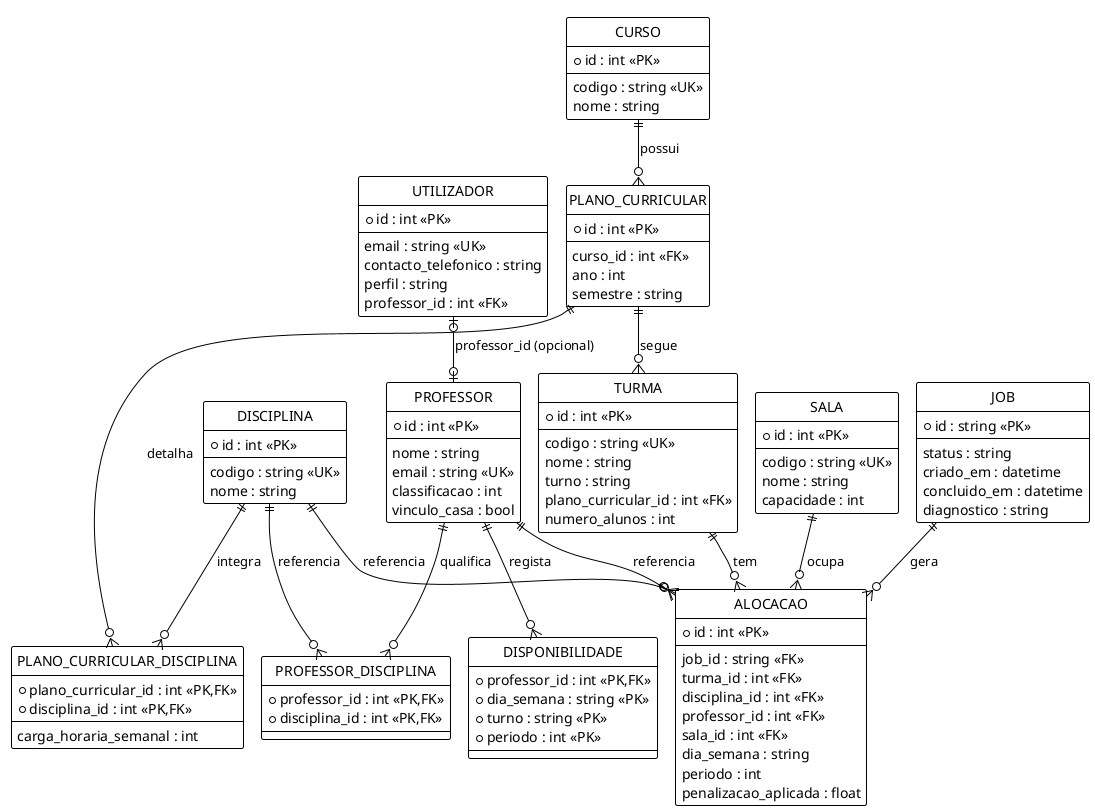
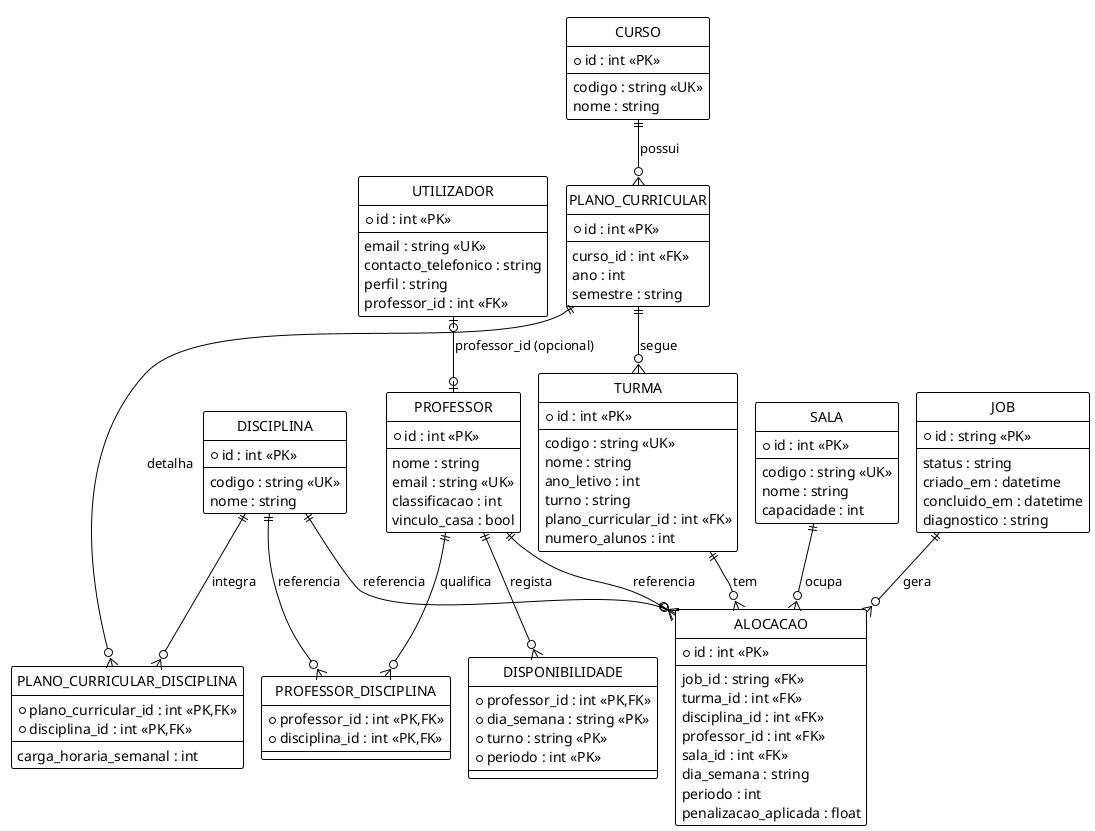
@startuml der
!pragma layout smetana
!theme plain
skinparam backgroundColor white
skinparam roundcorner 4
skinparam entity {
  BackgroundColor #EEF2FF
  BorderColor #6366F1
  FontColor #1E1B4B
}
hide circle

entity "CURSO" as curso {
  *id : int <<PK>>
  --
  codigo : string <<UK>>
  nome : string
}

entity "PLANO_CURRICULAR" as plano {
  *id : int <<PK>>
  --
  curso_id : int <<FK>>
  ano : int
  semestre : string
}

entity "PLANO_CURRICULAR_DISCIPLINA" as planoDisc {
  *plano_curricular_id : int <<PK,FK>>
  *disciplina_id : int <<PK,FK>>
  --
  carga_horaria_semanal : int
}

entity "DISCIPLINA" as disciplina {
  *id : int <<PK>>
  --
  codigo : string <<UK>>
  nome : string
}

entity "TURMA" as turma {
  *id : int <<PK>>
  --
  codigo : string <<UK>>
  nome : string
+   ano_letivo : int
  turno : string
  plano_curricular_id : int <<FK>>
  numero_alunos : int
}

entity "SALA" as sala {
  *id : int <<PK>>
  --
  codigo : string <<UK>>
  nome : string
  capacidade : int
}

entity "PROFESSOR" as professor {
  *id : int <<PK>>
  --
  nome : string
  email : string <<UK>>
  classificacao : int
  vinculo_casa : bool
}

entity "PROFESSOR_DISCIPLINA" as profDisc {
  *professor_id : int <<PK,FK>>
  *disciplina_id : int <<PK,FK>>
}

entity "DISPONIBILIDADE" as disp {
  *professor_id : int <<PK,FK>>
  *dia_semana : string <<PK>>
  *turno : string <<PK>>
  *periodo : int <<PK>>
}

entity "UTILIZADOR" as utilizador {
  *id : int <<PK>>
  --
  email : string <<UK>>
  contacto_telefonico : string
  perfil : string
  professor_id : int <<FK>>
}

entity "JOB" as job {
  *id : string <<PK>>
  --
  status : string
  criado_em : datetime
  concluido_em : datetime
  diagnostico : string
}

entity "ALOCACAO" as alocacao {
  *id : int <<PK>>
  --
  job_id : string <<FK>>
  turma_id : int <<FK>>
  disciplina_id : int <<FK>>
  professor_id : int <<FK>>
  sala_id : int <<FK>>
  dia_semana : string
  periodo : int
  penalizacao_aplicada : float
}

curso ||--o{ plano : "possui"
plano ||--o{ planoDisc : "detalha"
disciplina ||--o{ planoDisc : "integra"
plano ||--o{ turma : "segue"

professor ||--o{ profDisc : "qualifica"
disciplina ||--o{ profDisc : "referencia"
professor ||--o{ disp : "regista"
utilizador |o--o| professor : "professor_id (opcional)"

job ||--o{ alocacao : "gera"
turma ||--o{ alocacao : "tem"
disciplina ||--o{ alocacao : "referencia"
professor ||--o{ alocacao : "referencia"
sala ||--o{ alocacao : "ocupa"

@enduml
